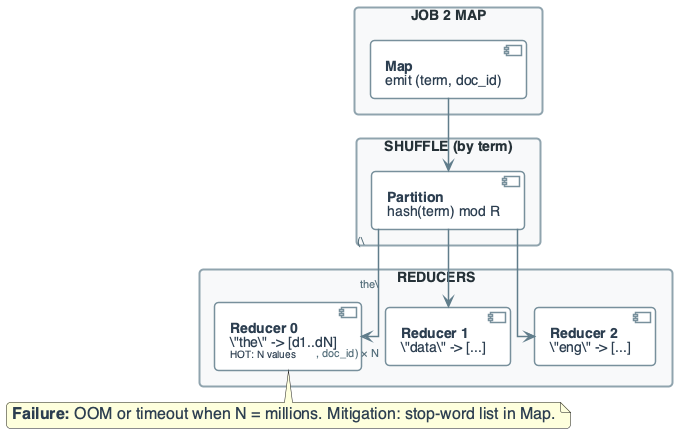
Above: diagrams/week8/week8_lecture_slide26_failure_stopword_skew.png in OrPerets/data-engineering-course (PlantUML), before the change.
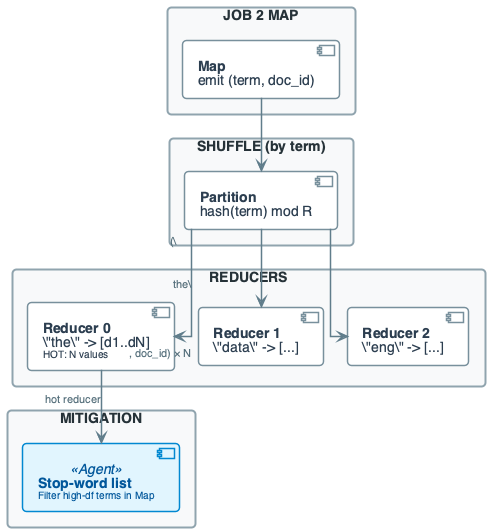
The same file after the commit.

Change to the diagram source:
```diff
@@ -132,11 +132,14 @@
     component "**Reducer 2**\n\"eng\" -> [...]" as R2
 }
 
+rectangle "MITIGATION" #F8F9FA {
+    component "**Stop-word list**\n<size:10>Filter high-df terms in Map</size>" as STOP <<Agent>>
+}
+
 J2MAP --> PART
 PART --> R0 : "(\"the\", doc_id) × N"
 PART --> R1
 PART --> R2
-
-note bottom of R0 : **Failure:** OOM or timeout when N = millions. Mitigation: stop-word list in Map.
+R0 --> STOP : "hot reducer"
 
 @enduml
```
